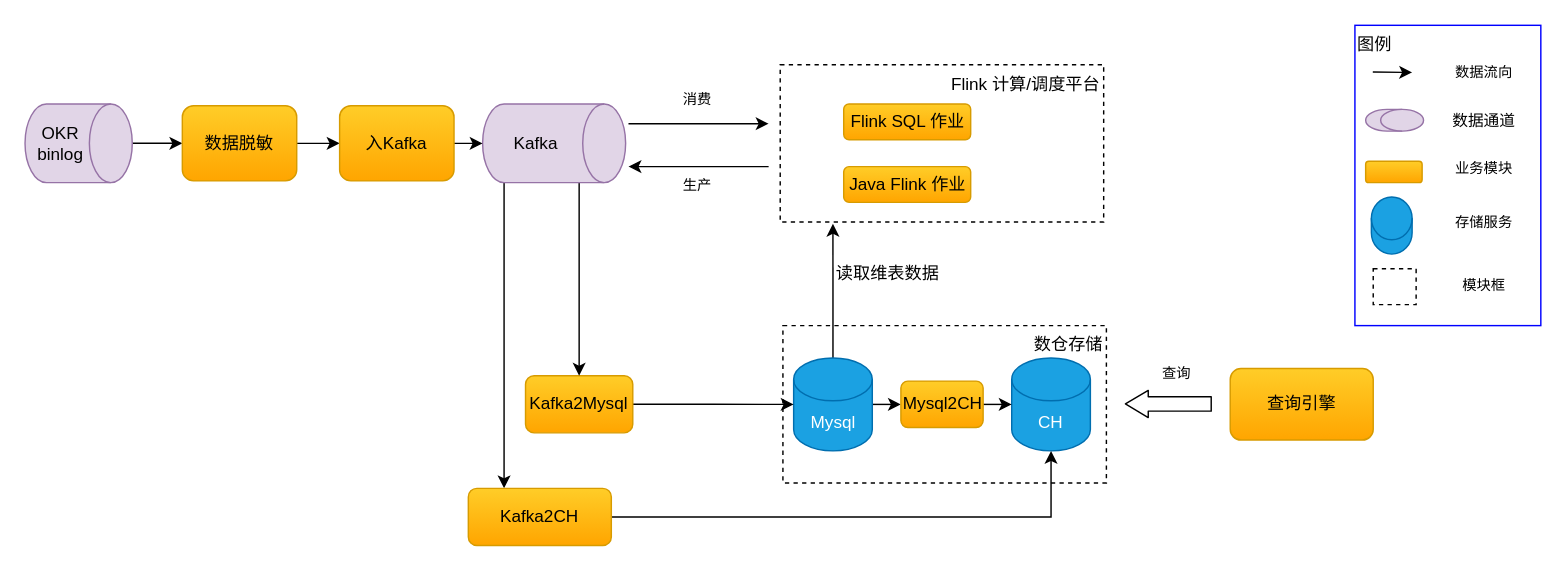
Above: okrx/Untitled Diagram.drawio in cicelprg/drawio (draw.io), before the change. Source tidied: cells renumbered, new cells numbered last; positions are measured from the earlier drawing's top-left corner, leaving out a move shared by most shapes. Both pictures are drawn from the tidied source at 143%, with x=0, y=0 at pixel (24, 24).
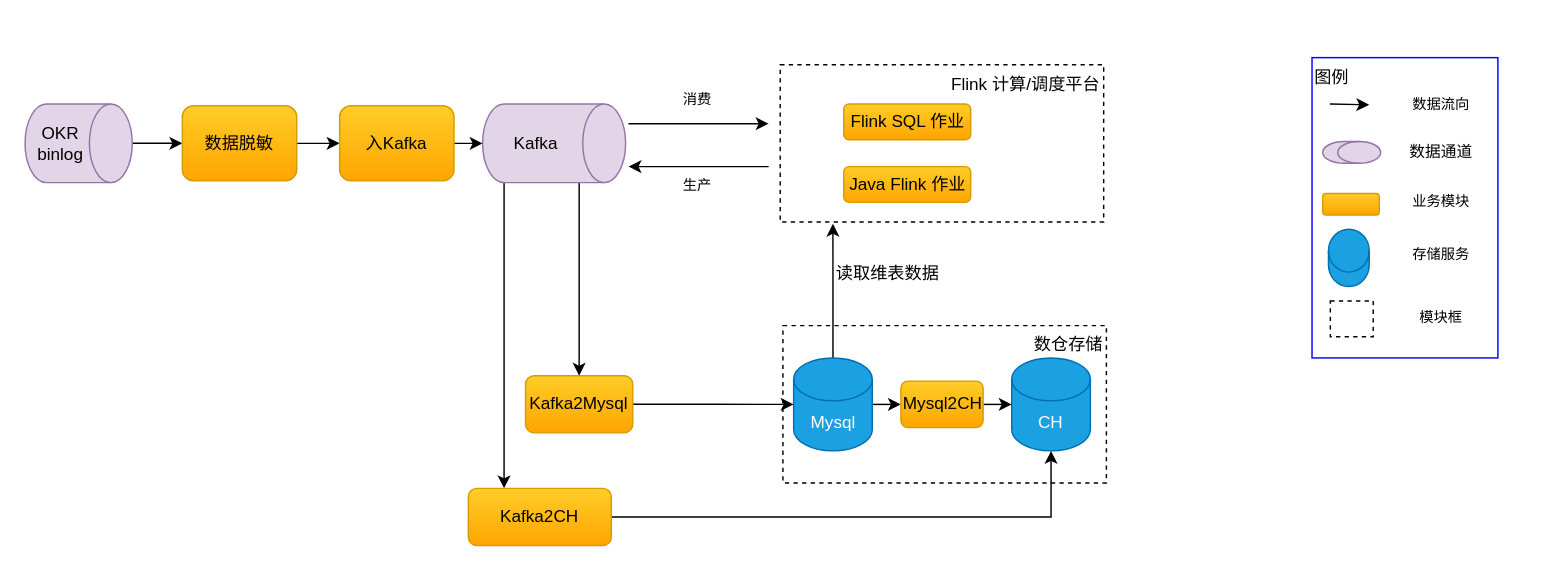
Above is the later version.

Diff of the diagram source:
```diff
@@
     <mxCell id="21" value="图例" style="rounded=0;whiteSpace=wrap;html=1;strokeColor=#0000FF;strokeWidth=1;fillColor=none;align=left;verticalAlign=top;" parent="1" vertex="1">
-      <mxGeometry x="930" y="0.2" width="130" height="210" as="geometry" />
+      <mxGeometry x="900" y="22.8" width="130" height="210" as="geometry" />
     </mxCell>
     <mxCell id="22" value="数据流向" style="text;html=1;align=center;verticalAlign=middle;fontSize=10;" parent="1" vertex="1">
-      <mxGeometry x="990" y="22.8" width="60" height="20" as="geometry" />
+      <mxGeometry x="960" y="45.2" width="60" height="20" as="geometry" />
     </mxCell>
     <mxCell id="23" style="shape=cylinder3;whiteSpace=wrap;html=1;boundedLbl=1;backgroundOutline=1;size=15;strokeColor=#9673a6;strokeWidth=1;fillColor=#e1d5e7;align=center;direction=south;" parent="1" vertex="1">
-      <mxGeometry x="937.5" y="59" width="40.5" height="15.2" as="geometry" />
+      <mxGeometry x="907.5" y="81.5" width="40.5" height="15.2" as="geometry" />
     </mxCell>
     <mxCell id="24" value="&lt;font style=&quot;font-size: 11px&quot;&gt;数据通道&lt;/font&gt;" style="text;html=1;align=center;verticalAlign=middle;fontSize=10;" parent="1" vertex="1">
-      <mxGeometry x="990" y="56.5" width="60" height="20" as="geometry" />
+      <mxGeometry x="960" y="79" width="60" height="20" as="geometry" />
     </mxCell>
     <mxCell id="25" style="endArrow=classic;html=1;strokeWidth=1;" parent="1" edge="1">
       <mxGeometry relative="1" as="geometry">
-        <mxPoint x="942.5" y="32.8" as="sourcePoint" />
-        <mxPoint x="970" y="33.2" as="targetPoint" />
+        <mxPoint x="912.5" y="55.2" as="sourcePoint" />
+        <mxPoint x="940" y="55.8" as="targetPoint" />
       </mxGeometry>
     </mxCell>
     <mxCell id="26" style="rounded=1;whiteSpace=wrap;html=1;strokeWidth=1;fillColor=#ffcd28;align=center;strokeColor=#d79b00;gradientColor=#ffa500;" parent="1" vertex="1">
-      <mxGeometry x="937.5" y="95.2" width="39.5" height="15" as="geometry" />
+      <mxGeometry x="907.5" y="117.8" width="39.5" height="15" as="geometry" />
     </mxCell>
     <mxCell id="27" value="业务模块" style="text;html=1;align=center;verticalAlign=middle;fontSize=10;" parent="1" vertex="1">
-      <mxGeometry x="990" y="90.2" width="60" height="20" as="geometry" />
+      <mxGeometry x="960" y="112.8" width="60" height="20" as="geometry" />
     </mxCell>
     <mxCell id="28" style="shape=cylinder3;whiteSpace=wrap;html=1;boundedLbl=1;backgroundOutline=1;size=15;strokeWidth=1;fillColor=#1ba1e2;align=center;strokeColor=#006EAF;fontColor=#ffffff;" parent="1" vertex="1">
-      <mxGeometry x="941.5" y="120.2" width="28.5" height="40" as="geometry" />
+      <mxGeometry x="911.5" y="142.8" width="28.5" height="40" as="geometry" />
     </mxCell>
     <mxCell id="29" value="存储服务" style="text;html=1;align=center;verticalAlign=middle;fontSize=10;" parent="1" vertex="1">
-      <mxGeometry x="990" y="127.8" width="60" height="20" as="geometry" />
+      <mxGeometry x="960" y="150.2" width="60" height="20" as="geometry" />
     </mxCell>
@@
     <mxCell id="39" style="rounded=0;whiteSpace=wrap;html=1;strokeWidth=1;fillColor=none;align=right;verticalAlign=top;dashed=1;" parent="1" vertex="1">
-      <mxGeometry x="942.8" y="170.5" width="30" height="25" as="geometry" />
+      <mxGeometry x="912.8" y="193" width="30" height="25" as="geometry" />
     </mxCell>
     <mxCell id="40" value="模块框" style="text;html=1;align=center;verticalAlign=middle;fontSize=10;" parent="1" vertex="1">
-      <mxGeometry x="995" y="171.5" width="50" height="20" as="geometry" />
+      <mxGeometry x="965" y="194" width="50" height="20" as="geometry" />
     </mxCell>
-    <mxCell id="41" value="查询引擎" style="rounded=1;whiteSpace=wrap;html=1;strokeWidth=1;fillColor=#ffcd28;align=center;strokeColor=#d79b00;gradientColor=#ffa500;" parent="1" vertex="1">
-      <mxGeometry x="842.8" y="240.2" width="100" height="50" as="geometry" />
-    </mxCell>
-    <mxCell id="42" style="shape=flexArrow;endArrow=classic;html=1;fontSize=10;endWidth=8;endSize=4.99;" parent="1" edge="1">
-      <mxGeometry relative="1" as="geometry">
-        <mxPoint x="830" y="265" as="sourcePoint" />
-        <mxPoint x="769" y="265" as="targetPoint" />
-      </mxGeometry>
-    </mxCell>
-    <mxCell id="43" value="查询" style="text;html=1;align=center;verticalAlign=middle;fontSize=10;" parent="1" vertex="1">
-      <mxGeometry x="785" y="232.8" width="40" height="20" as="geometry" />
-    </mxCell>
```
